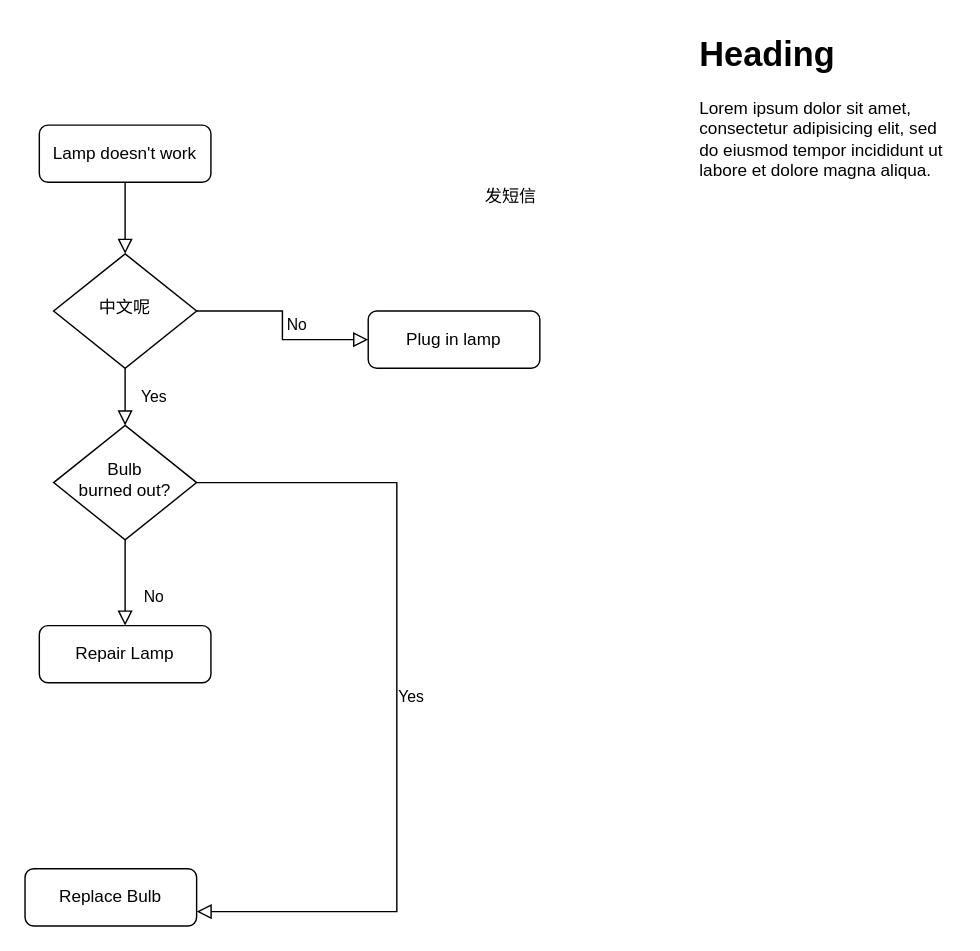
The draw.io diagram draw.io/liucheng.drawio in xiao-ni-qiu/for-draw.io, before the edit. Source tidied: cells renumbered, new cells numbered last; positions are measured from the earlier drawing's top-left corner, leaving out a move shared by most shapes. Both pictures are drawn from the tidied source at 143%, with x=0, y=0 at pixel (24, 24).
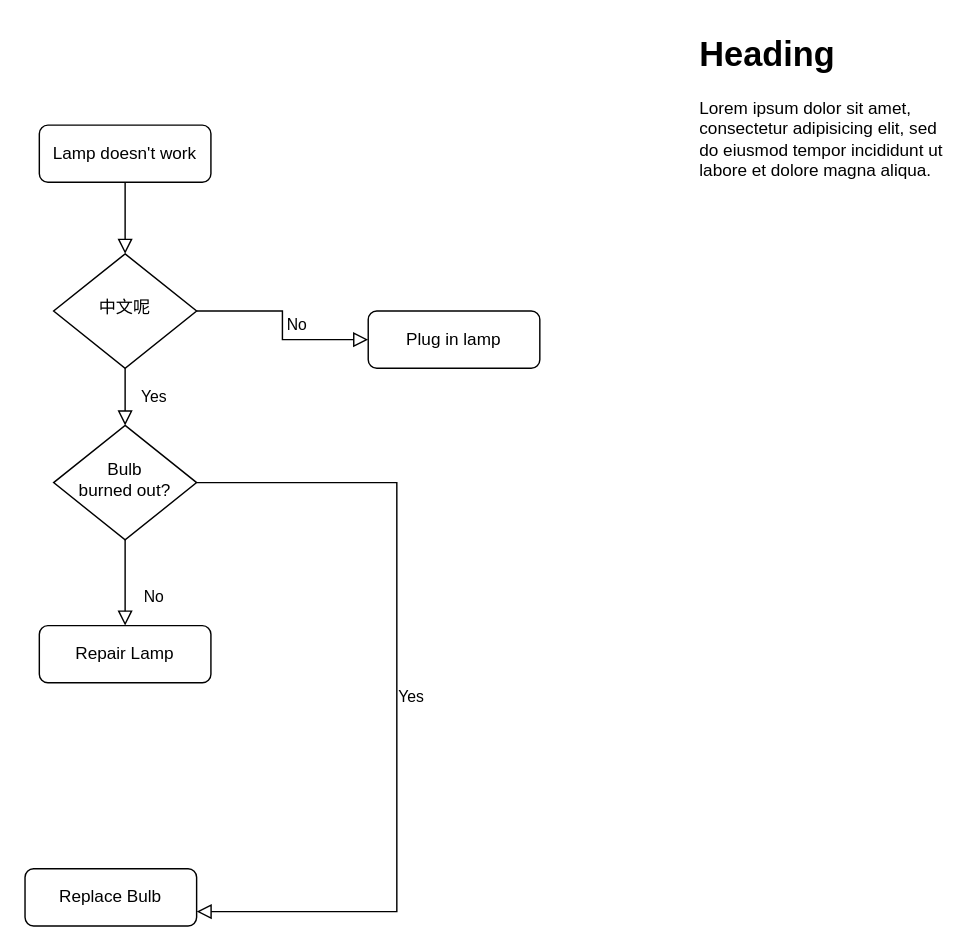
Above is the later version.

Diff of the diagram source:
```diff
@@
 <mxGraphModel>
   <root>
     <mxCell id="0" />
     <mxCell id="1" parent="0" />
     <mxCell id="2" style="rounded=0;html=1;jettySize=auto;fontSize=11;endArrow=block;endFill=0;endSize=8;strokeWidth=1;shadow=0;labelBackgroundColor=none;edgeStyle=orthogonalEdgeStyle;" parent="1" edge="1" source="3" target="6">
       <mxGeometry relative="1" as="geometry" />
     </mxCell>
     <mxCell id="3" value="Lamp doesn't work" style="rounded=1;whiteSpace=wrap;html=1;fontSize=12;glass=0;strokeWidth=1;shadow=0;" parent="1" vertex="1">
       <mxGeometry x="10" y="70" width="120" height="40" as="geometry" />
     </mxCell>
     <mxCell id="4" value="Yes" style="rounded=0;html=1;jettySize=auto;fontSize=11;endArrow=block;endFill=0;endSize=8;strokeWidth=1;shadow=0;labelBackgroundColor=none;edgeStyle=orthogonalEdgeStyle;" parent="1" edge="1" source="6" target="10">
       <mxGeometry y="20" relative="1" as="geometry" />
     </mxCell>
     <mxCell id="5" value="No" style="edgeStyle=orthogonalEdgeStyle;rounded=0;html=1;jettySize=auto;fontSize=11;endArrow=block;endFill=0;endSize=8;strokeWidth=1;shadow=0;labelBackgroundColor=none;" parent="1" edge="1" source="6" target="7">
       <mxGeometry y="10" relative="1" as="geometry" />
     </mxCell>
     <mxCell id="6" value="中文呢" style="rhombus;whiteSpace=wrap;html=1;shadow=0;fontFamily=Helvetica;fontSize=12;align=center;strokeWidth=1;spacing=6;spacingTop=-4;" parent="1" vertex="1">
       <mxGeometry x="20" y="160" width="100" height="80" as="geometry" />
     </mxCell>
     <mxCell id="7" value="Plug in lamp" style="rounded=1;whiteSpace=wrap;html=1;fontSize=12;glass=0;strokeWidth=1;shadow=0;" parent="1" vertex="1">
       <mxGeometry x="240" y="200" width="120" height="40" as="geometry" />
     </mxCell>
     <mxCell id="8" value="No" style="rounded=0;html=1;jettySize=auto;fontSize=11;endArrow=block;endFill=0;endSize=8;strokeWidth=1;shadow=0;labelBackgroundColor=none;edgeStyle=orthogonalEdgeStyle;" parent="1" edge="1" source="10" target="11">
       <mxGeometry x="0.33" y="20" relative="1" as="geometry" />
     </mxCell>
     <mxCell id="9" value="Yes" style="edgeStyle=orthogonalEdgeStyle;rounded=0;html=1;jettySize=auto;fontSize=11;endArrow=block;endFill=0;endSize=8;strokeWidth=1;shadow=0;labelBackgroundColor=none;" parent="1" edge="1" source="10" target="12">
       <mxGeometry y="10" relative="1" as="geometry">
         <Array as="points">
           <mxPoint x="260" y="320" />
           <mxPoint x="260" y="620" />
         </Array>
       </mxGeometry>
     </mxCell>
     <mxCell id="10" value="Bulb&lt;br&gt;burned out?" style="rhombus;whiteSpace=wrap;html=1;shadow=0;fontFamily=Helvetica;fontSize=12;align=center;strokeWidth=1;spacing=6;spacingTop=-4;" parent="1" vertex="1">
       <mxGeometry x="20" y="280" width="100" height="80" as="geometry" />
     </mxCell>
     <mxCell id="11" value="Repair Lamp" style="rounded=1;whiteSpace=wrap;html=1;fontSize=12;glass=0;strokeWidth=1;shadow=0;" parent="1" vertex="1">
       <mxGeometry x="10" y="420" width="120" height="40" as="geometry" />
     </mxCell>
     <mxCell id="12" value="Replace Bulb" style="rounded=1;whiteSpace=wrap;html=1;fontSize=12;glass=0;strokeWidth=1;shadow=0;" parent="1" vertex="1">
       <mxGeometry y="590" width="120" height="40" as="geometry" />
     </mxCell>
-    <mxCell id="13" value="发短信" style="text;html=1;align=center;verticalAlign=middle;whiteSpace=wrap;rounded=0;" parent="1" vertex="1">
-      <mxGeometry x="300" y="100" width="80" height="40" as="geometry" />
-    </mxCell>
     <mxCell id="14" value="&lt;h1 style=&quot;margin-top: 0px;&quot;&gt;Heading&lt;/h1&gt;&lt;p&gt;Lorem ipsum dolor sit amet, consectetur adipisicing elit, sed do eiusmod tempor incididunt ut labore et dolore magna aliqua.&lt;/p&gt;" style="text;html=1;whiteSpace=wrap;overflow=hidden;rounded=0;" parent="1" vertex="1">
       <mxGeometry x="470" width="180" height="120" as="geometry" />
     </mxCell>
   </root>
 </mxGraphModel>
```
